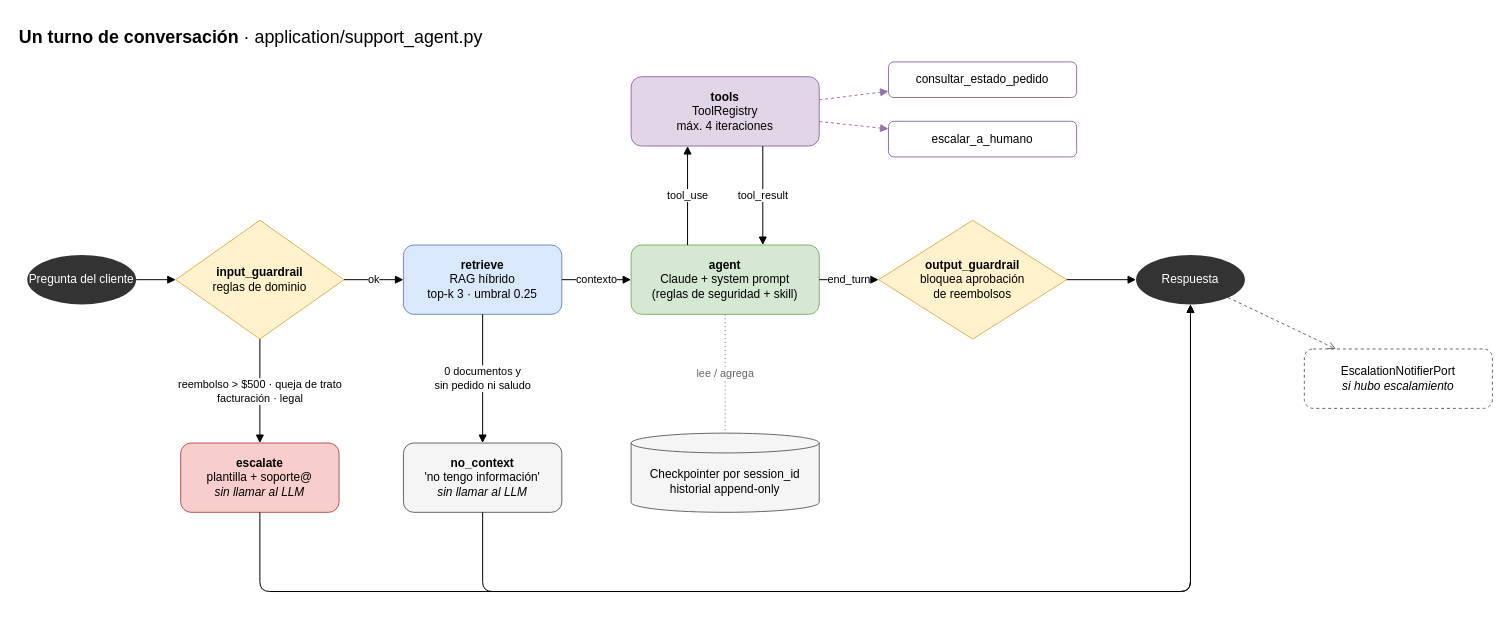
Before: page "2. Flujo del agente (LangGraph)" (2 of 3) of docs/arquitectura.drawio in megadethwars/lopez_leonel_prueba_aiengineer, a draw.io diagram. Source tidied: cells renumbered, new cells numbered last; positions are measured from the earlier drawing's top-left corner, leaving out a move shared by most shapes. Both pictures are drawn from the tidied source at 99%, with x=0, y=0 at pixel (17, 17).
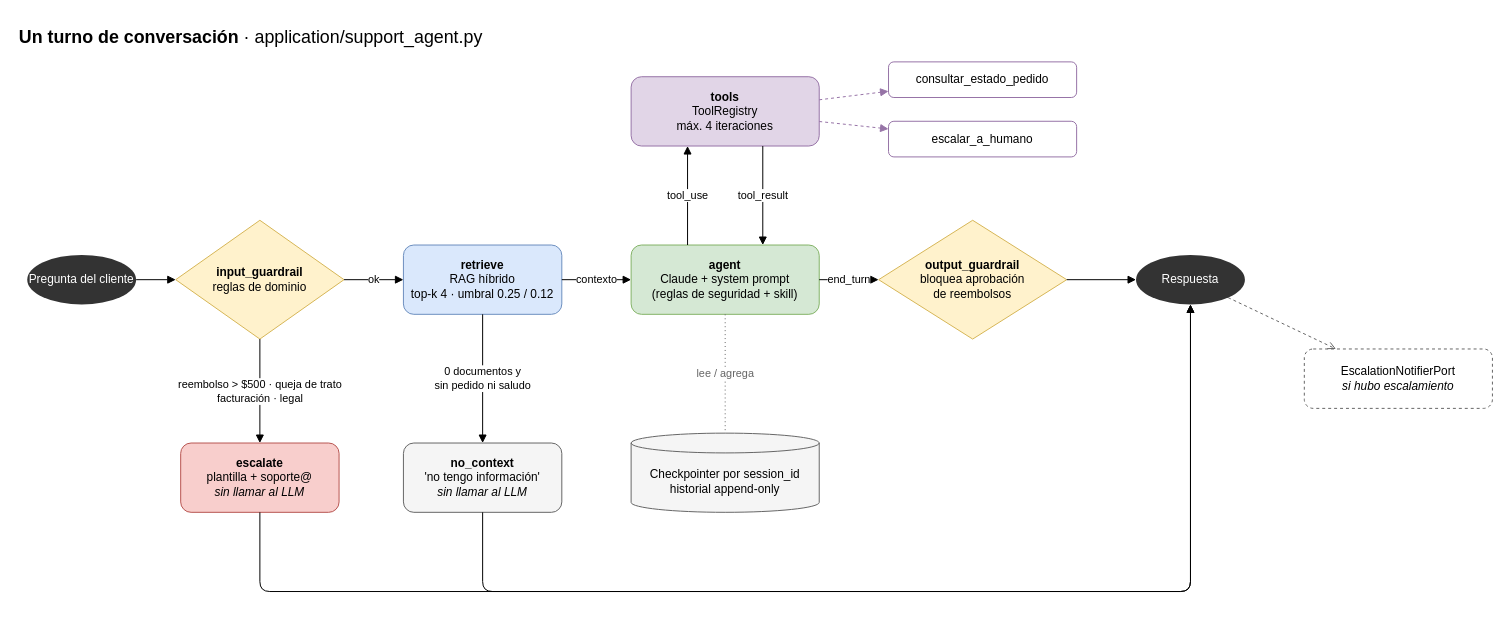
The same diagram, later.

The edit, as a diff of the source:
```diff
@@
-    <mxCell id="6" value="&lt;b&gt;retrieve&lt;/b&gt;&lt;br&gt;RAG híbrido&lt;br&gt;top-k 3 · umbral 0.25" style="rounded=1;whiteSpace=wrap;html=1;fillColor=#dae8fc;strokeColor=#6c8ebf;" parent="1" vertex="1">
+    <mxCell id="6" value="&lt;b&gt;retrieve&lt;/b&gt;&lt;br&gt;RAG híbrido&lt;br&gt;top-k 4 · umbral 0.25 / 0.12" style="rounded=1;whiteSpace=wrap;html=1;fillColor=#dae8fc;strokeColor=#6c8ebf;" parent="1" vertex="1">
       <mxGeometry x="390" y="230" width="160" height="70" as="geometry" />
     </mxCell>
```
